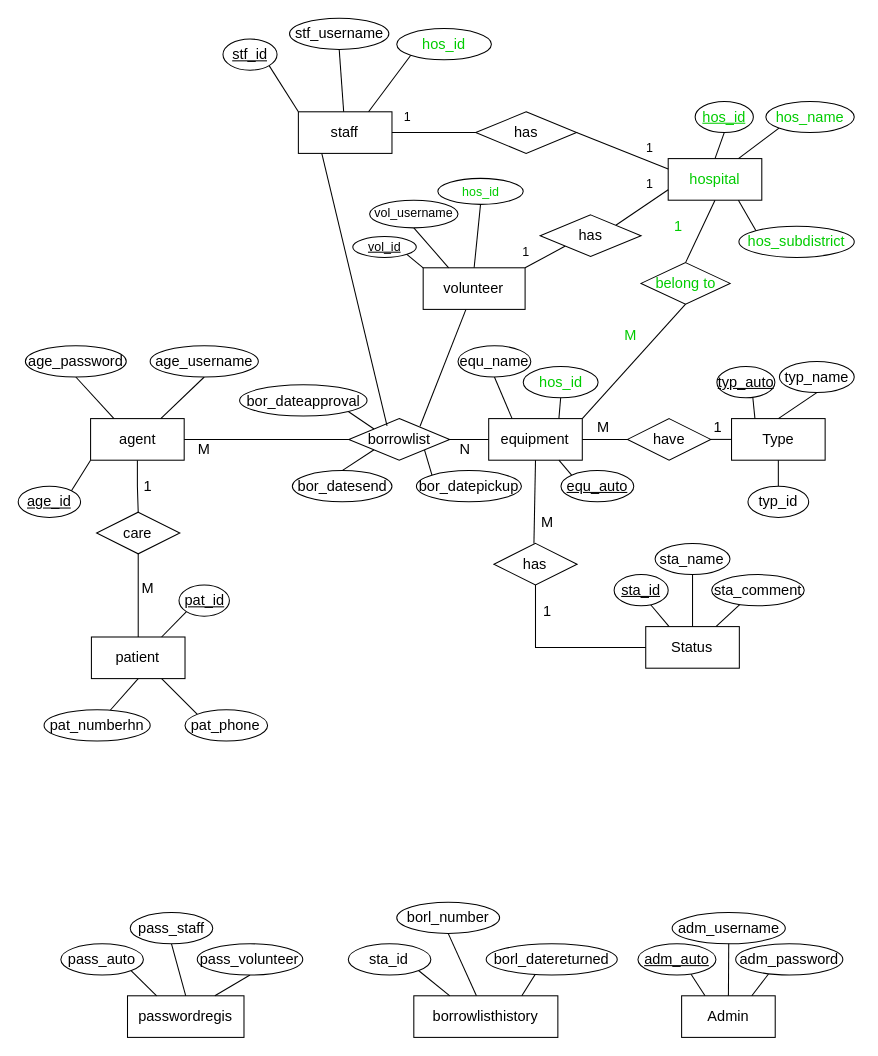
Above: ER_jmk_medstock.drawio in oown-mac/jmk_medstock_diagram (draw.io), before the change. Source tidied: cells renumbered, new cells numbered last; positions are measured from the earlier drawing's top-left corner, leaving out a move shared by most shapes. Both pictures are drawn from the tidied source at 104%, with x=0, y=0 at pixel (18, 18).
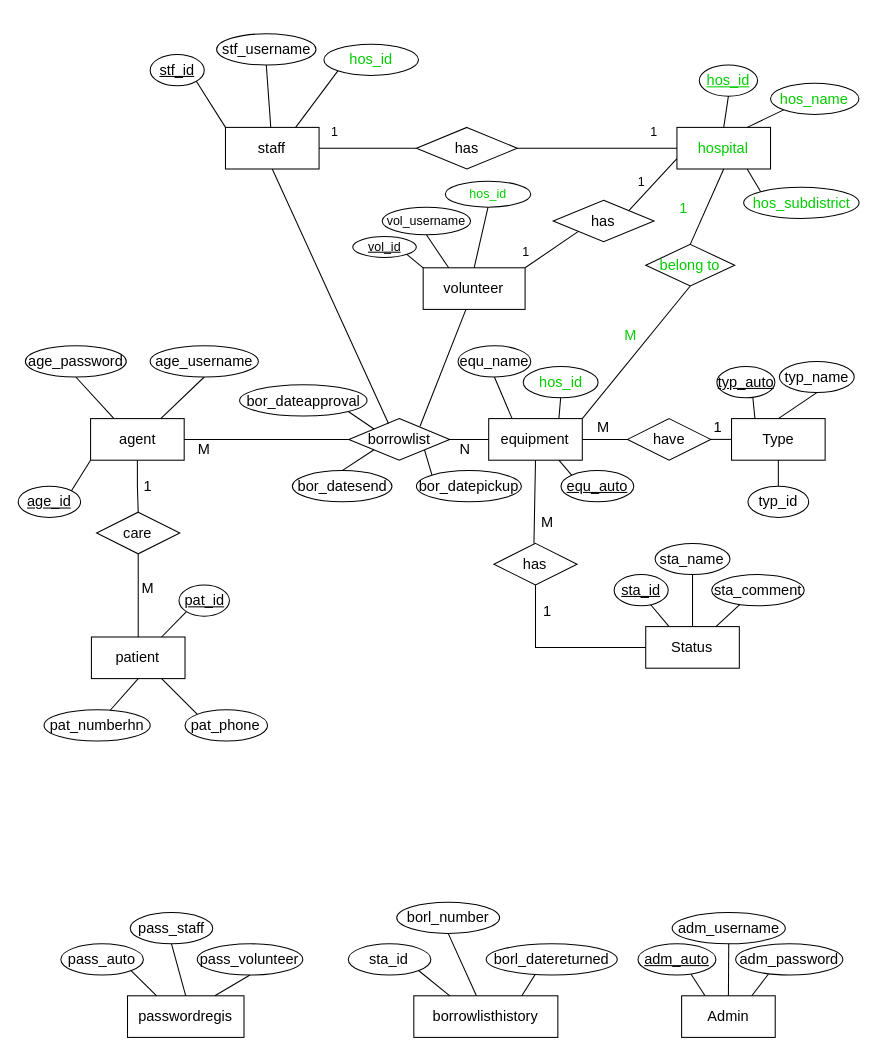
The same diagram, later.

Commit message:
Update ER_jmk_medstock

The change refers to these unchanged cells:
```xml
<mxCell id="12" value="borrowlist" style="rhombus;whiteSpace=wrap;html=1;fontSize=14;" parent="1" vertex="1">
  <mxGeometry x="317.9" y="385" width="97" height="40" as="geometry" />
</mxCell>
```

Change to the diagram source:
```diff
@@
     <mxCell id="67" value="&lt;font style=&quot;font-size: 14px;&quot;&gt;hospital&lt;/font&gt;" style="rounded=0;whiteSpace=wrap;html=1;fontSize=14;fontColor=#00CC00;" parent="1" vertex="1">
-      <mxGeometry x="625" y="135" width="90" height="40" as="geometry" />
+      <mxGeometry x="633.4" y="105" width="90" height="40" as="geometry" />
     </mxCell>
@@
     <mxCell id="70" value="&lt;span style=&quot;font-size: 14px;&quot;&gt;&lt;u&gt;hos_id&lt;/u&gt;&lt;/span&gt;" style="ellipse;whiteSpace=wrap;html=1;fontSize=14;fontColor=#00CC00;" parent="1" vertex="1">
-      <mxGeometry x="650.9" y="80" width="56" height="30" as="geometry" />
+      <mxGeometry x="654.9" y="45" width="56" height="30" as="geometry" />
     </mxCell>
     <mxCell id="71" value="&lt;font style=&quot;font-size: 14px;&quot;&gt;hos_name&lt;/font&gt;" style="ellipse;whiteSpace=wrap;html=1;fontSize=14;fontColor=#00CC00;" parent="1" vertex="1">
-      <mxGeometry x="718.9" y="80" width="85" height="30" as="geometry" />
+      <mxGeometry x="723.4" y="62.5" width="85" height="30" as="geometry" />
     </mxCell>
@@
     <mxCell id="74" value="&lt;font style=&quot;font-size: 14px;&quot;&gt;belong to&lt;/font&gt;" style="rhombus;whiteSpace=wrap;html=1;fontSize=14;fontColor=#00CC00;" parent="1" vertex="1">
-      <mxGeometry x="598.9" y="235" width="85.6" height="40" as="geometry" />
+      <mxGeometry x="603.4" y="217.5" width="85.6" height="40" as="geometry" />
     </mxCell>
@@
     <mxCell id="80" value="1" style="text;html=1;align=center;verticalAlign=middle;whiteSpace=wrap;rounded=0;fontSize=14;fontColor=#00CC00;" parent="1" vertex="1">
-      <mxGeometry x="625" y="190" width="20" height="20" as="geometry" />
+      <mxGeometry x="629.5" y="172.5" width="20" height="20" as="geometry" />
     </mxCell>
@@
     <mxCell id="84" value="&lt;font style=&quot;font-size: 14px;&quot;&gt;hos_subdistrict&lt;/font&gt;" style="ellipse;whiteSpace=wrap;html=1;fontSize=14;fontColor=#00CC00;" parent="1" vertex="1">
-      <mxGeometry x="693" y="200" width="110.9" height="30" as="geometry" />
+      <mxGeometry x="697.6" y="162.5" width="110.9" height="30" as="geometry" />
     </mxCell>
@@
     <mxCell id="88" value="vol_username" style="ellipse;whiteSpace=wrap;html=1;" parent="1" vertex="1">
-      <mxGeometry x="337.9" y="175" width="85" height="26.6" as="geometry" />
+      <mxGeometry x="350" y="181.7" width="85" height="26.6" as="geometry" />
     </mxCell>
@@
     <mxCell id="90" value="&lt;font style=&quot;color: light-dark(rgb(0, 204, 0), rgb(0, 204, 0));&quot;&gt;hos_id&lt;/font&gt;" style="ellipse;whiteSpace=wrap;html=1;" parent="1" vertex="1">
-      <mxGeometry x="403.5" y="154" width="82.1" height="25" as="geometry" />
+      <mxGeometry x="410.7" y="156.7" width="82.1" height="25" as="geometry" />
     </mxCell>
@@
-    <mxCell id="104" style="rounded=0;jettySize=auto;html=1;exitX=0.25;exitY=1;exitDx=0;exitDy=0;entryX=0.379;entryY=0.175;entryDx=0;entryDy=0;endArrow=none;endFill=0;entryPerimeter=0;" parent="1" edge="1" source="105" target="12">
+    <mxCell id="104" style="rounded=0;jettySize=auto;html=1;exitX=0.5;exitY=1;exitDx=0;exitDy=0;entryX=0.393;entryY=0.117;entryDx=0;entryDy=0;endArrow=none;endFill=0;entryPerimeter=0;" parent="1" edge="1" source="105" target="12">
       <mxGeometry relative="1" as="geometry" />
     </mxCell>
     <mxCell id="105" value="&lt;div style=&quot;font-size: 14px;&quot;&gt;&lt;font style=&quot;font-size: 14px;&quot;&gt;staff&lt;/font&gt;&lt;/div&gt;" style="rounded=0;whiteSpace=wrap;html=1;fontSize=14;" parent="1" vertex="1">
-      <mxGeometry x="269.4" y="90" width="90" height="40" as="geometry" />
+      <mxGeometry x="199.3" y="105" width="90" height="40" as="geometry" />
     </mxCell>
@@
     <mxCell id="107" value="&lt;font style=&quot;font-size: 14px; color: light-dark(rgb(0, 204, 0), rgb(0, 204, 0));&quot;&gt;hos_id&lt;/font&gt;" style="ellipse;whiteSpace=wrap;html=1;fontSize=14;" parent="1" vertex="1">
-      <mxGeometry x="364" y="10" width="91" height="30" as="geometry" />
+      <mxGeometry x="293.9" y="25" width="91" height="30" as="geometry" />
     </mxCell>
@@
     <mxCell id="109" value="&lt;font style=&quot;font-size: 14px;&quot;&gt;&lt;u&gt;stf_id&lt;/u&gt;&lt;/font&gt;" style="ellipse;whiteSpace=wrap;html=1;fontSize=14;" parent="1" vertex="1">
-      <mxGeometry x="196.9" y="20" width="52" height="30" as="geometry" />
+      <mxGeometry x="126.9" y="35" width="52" height="30" as="geometry" />
     </mxCell>
@@
     <mxCell id="111" value="&lt;font style=&quot;font-size: 14px;&quot;&gt;stf_username&lt;/font&gt;" style="ellipse;whiteSpace=wrap;html=1;fontSize=14;" parent="1" vertex="1">
-      <mxGeometry x="260.9" width="95.5" height="30" as="geometry" />
+      <mxGeometry x="190.8" y="15" width="95.5" height="30" as="geometry" />
     </mxCell>
@@
     <mxCell id="114" value="has" style="rhombus;whiteSpace=wrap;html=1;fontSize=14;" parent="1" vertex="1">
-      <mxGeometry x="501.9" y="189.1" width="97" height="40" as="geometry" />
+      <mxGeometry x="514.4" y="175" width="97" height="40" as="geometry" />
     </mxCell>
@@
-    <mxCell id="116" style="rounded=0;jettySize=auto;html=1;entryX=0;entryY=0.25;entryDx=0;entryDy=0;endArrow=none;endFill=0;exitX=1;exitY=0.5;exitDx=0;exitDy=0;" parent="1" edge="1" source="117" target="67">
+    <mxCell id="116" style="rounded=0;jettySize=auto;html=1;entryX=0;entryY=0.5;entryDx=0;entryDy=0;endArrow=none;endFill=0;exitX=1;exitY=0.5;exitDx=0;exitDy=0;" parent="1" edge="1" source="117" target="67">
       <mxGeometry relative="1" as="geometry" />
     </mxCell>
     <mxCell id="117" value="has" style="rhombus;whiteSpace=wrap;html=1;fontSize=14;" parent="1" vertex="1">
-      <mxGeometry x="439.9" y="90" width="97" height="40" as="geometry" />
+      <mxGeometry x="382.9" y="105" width="97" height="40" as="geometry" />
     </mxCell>
     <mxCell id="118" value="1" style="text;html=1;align=center;verticalAlign=middle;strokeColor=none;fillColor=none;" parent="1" vertex="1">
-      <mxGeometry x="359.4" y="80" width="30" height="30" as="geometry" />
+      <mxGeometry x="289.3" y="95" width="30" height="30" as="geometry" />
     </mxCell>
     <mxCell id="119" value="1" style="text;html=1;align=center;verticalAlign=middle;strokeColor=none;fillColor=none;" parent="1" vertex="1">
-      <mxGeometry x="591.9" y="110" width="30" height="30" as="geometry" />
+      <mxGeometry x="595.9" y="95" width="30" height="30" as="geometry" />
     </mxCell>
     <mxCell id="120" value="1" style="text;html=1;align=center;verticalAlign=middle;strokeColor=none;fillColor=none;" parent="1" vertex="1">
-      <mxGeometry x="591.9" y="145" width="30" height="30" as="geometry" />
+      <mxGeometry x="584" y="142.5" width="30" height="30" as="geometry" />
     </mxCell>
```
